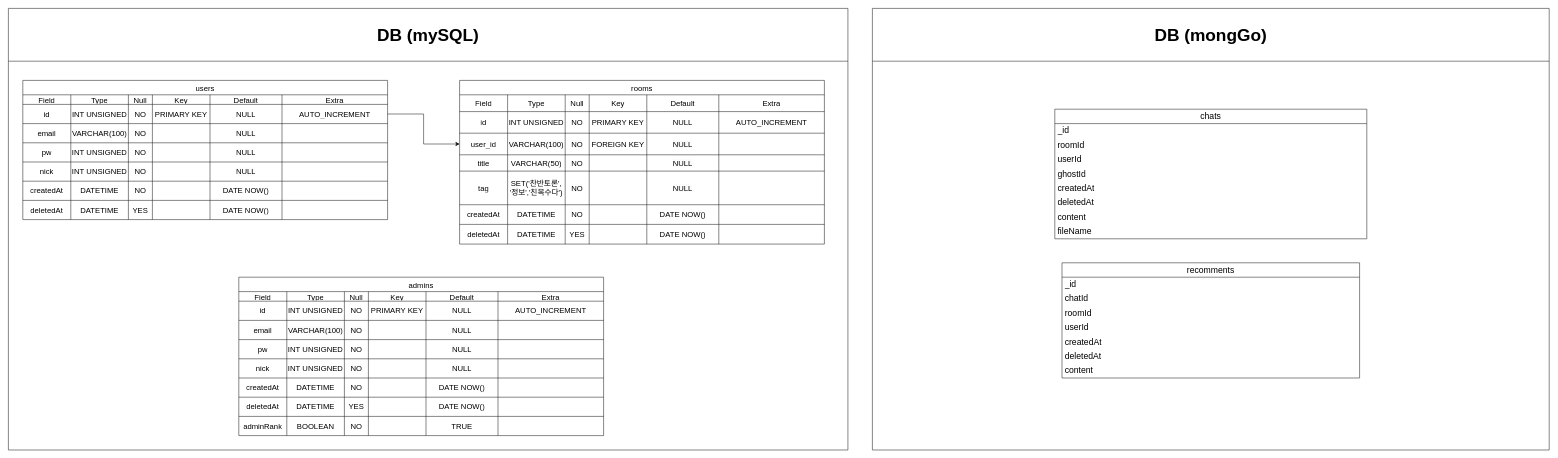
This is projectfile/DB.drawio from oniri1/chattingSite_project, a draw.io file, before an edit. Source tidied: cells renumbered, new cells numbered last; positions are measured from the earlier drawing's top-left corner, leaving out a move shared by most shapes. Both pictures are drawn from the tidied source at 48%, with x=0, y=0 at pixel (8, 8).
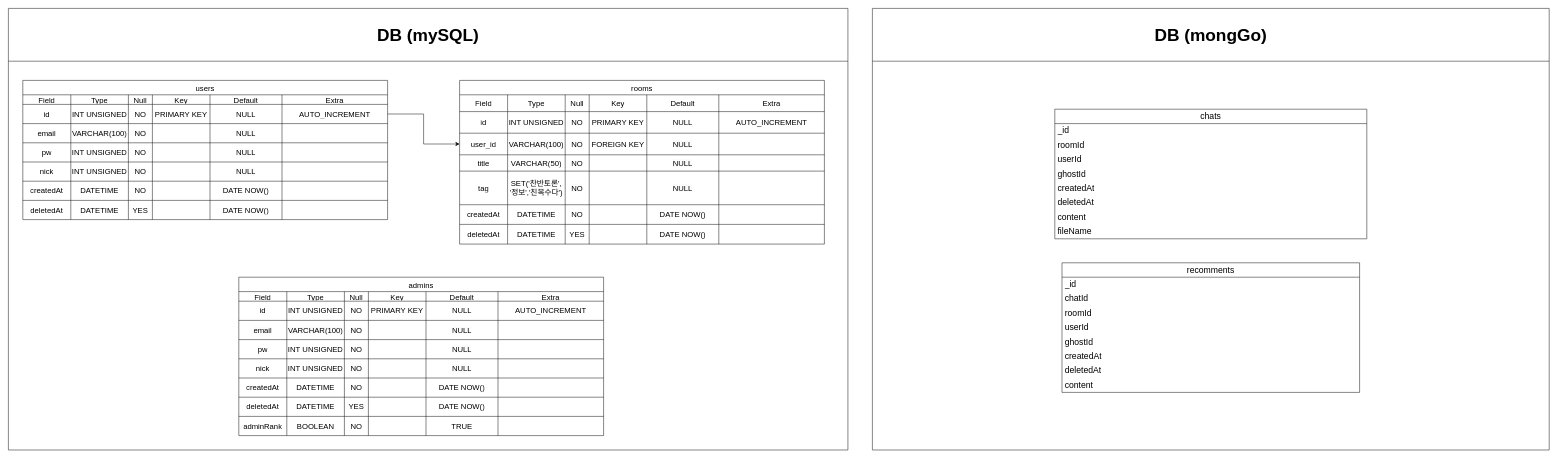
The same page after the edit.

The change refers to these unchanged cells:
```xml
<mxCell id="161" value="&lt;span style=&quot;font-size: 36px;&quot;&gt;DB (mongGo)&lt;/span&gt;" style="swimlane;whiteSpace=wrap;html=1;startSize=110;" parent="1" vertex="1">
  <mxGeometry x="1800" width="1410" height="920" as="geometry" />
</mxCell>
```

What changed in the source:
```diff
@@
     <mxCell id="162" value="recomments" style="swimlane;fontStyle=0;horizontal=1;startSize=30;whiteSpace=wrap;html=1;fontSize=18;" parent="161" vertex="1">
-      <mxGeometry x="395" y="530" width="620" height="240" as="geometry" />
+      <mxGeometry x="395" y="530" width="620" height="270" as="geometry" />
     </mxCell>
@@
+    <mxCell id="179" value="ghostId" style="text;strokeColor=none;fillColor=none;align=left;verticalAlign=middle;spacingLeft=4;spacingRight=4;overflow=hidden;whiteSpace=wrap;html=1;fontSize=18;" parent="162" vertex="1">
+      <mxGeometry y="150" width="620" height="30" as="geometry" />
+    </mxCell>
     <mxCell id="167" value="createdAt" style="text;strokeColor=none;fillColor=none;align=left;verticalAlign=middle;spacingLeft=4;spacingRight=4;overflow=hidden;whiteSpace=wrap;html=1;fontSize=18;" parent="162" vertex="1">
-      <mxGeometry y="150" width="620" height="30" as="geometry" />
+      <mxGeometry y="180" width="620" height="30" as="geometry" />
     </mxCell>
     <mxCell id="168" value="deletedAt" style="text;strokeColor=none;fillColor=none;align=left;verticalAlign=middle;spacingLeft=4;spacingRight=4;overflow=hidden;whiteSpace=wrap;html=1;fontSize=18;" parent="162" vertex="1">
-      <mxGeometry y="180" width="620" height="30" as="geometry" />
+      <mxGeometry y="210" width="620" height="30" as="geometry" />
     </mxCell>
     <mxCell id="169" value="content" style="text;strokeColor=none;fillColor=none;align=left;verticalAlign=middle;spacingLeft=4;spacingRight=4;overflow=hidden;whiteSpace=wrap;html=1;fontSize=18;" parent="162" vertex="1">
-      <mxGeometry y="210" width="620" height="30" as="geometry" />
+      <mxGeometry y="240" width="620" height="30" as="geometry" />
     </mxCell>
```
